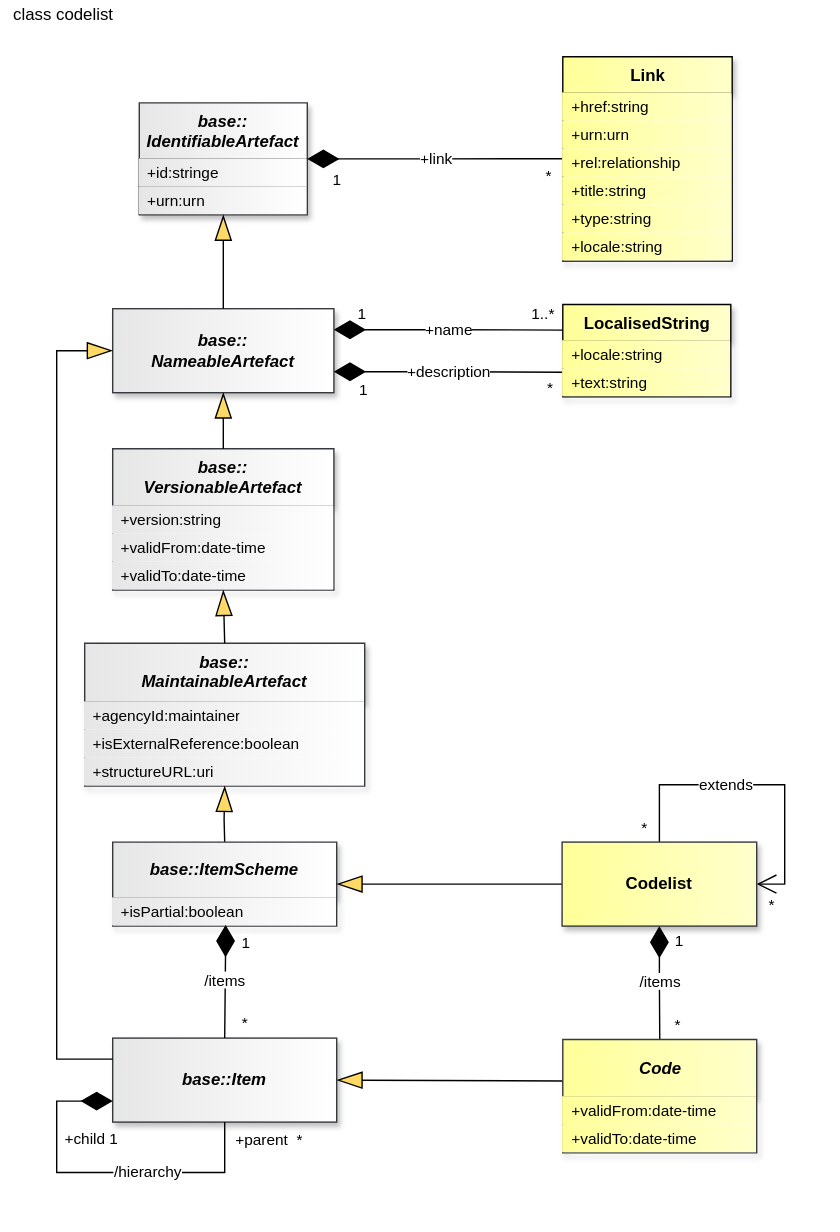
The draw.io diagram docs/information_model/media/sdmx_codelist-codelist.svg in sdmx-twg/sdmx-im, before a commit. Source tidied: cells renumbered, new cells last; positions are measured from the earlier drawing's top-left corner, leaving out a move shared by most shapes.
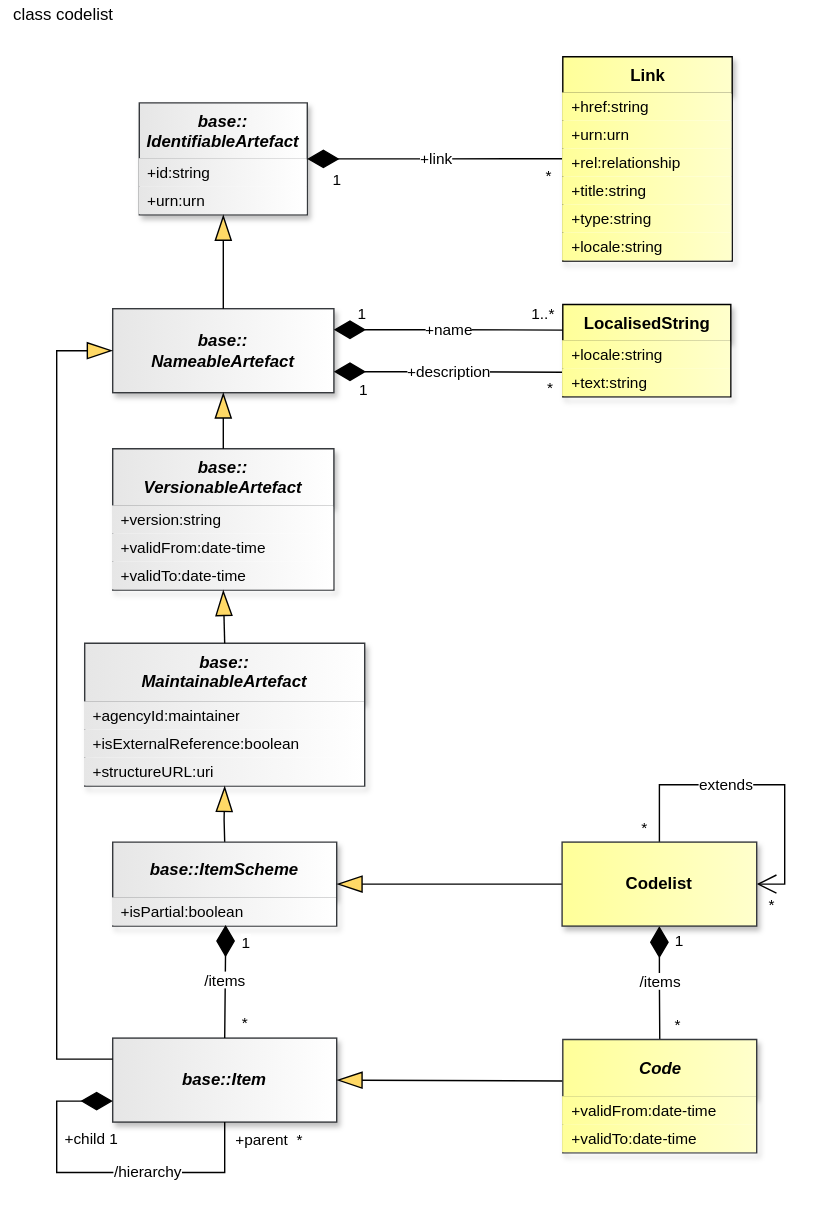
The same diagram one commit later.

Diff of the diagram source:
```diff
@@ -65,10 +65,10 @@
     <mxCell id="22" value="base::&lt;br&gt;IdentifiableArtefact" style="swimlane;fontStyle=3;align=center;verticalAlign=top;horizontal=1;startSize=40;whiteSpace=wrap;html=1;strokeColor=#36393d;fontFamily=Helvetica;fontSize=12;fillColor=light-dark(#E6E6E6,#E6E6E6);gradientDirection=east;gradientColor=light-dark(#FFFFFF,#FFFFFF);fontColor=light-dark(#000000,#000000);shadow=1;perimeterSpacing=0;strokeWidth=1;textShadow=0;groupPadding=0;swimlaneFillColor=default;" parent="1" vertex="1">
       <mxGeometry x="99" y="73" width="120" height="80" as="geometry" />
     </mxCell>
-    <mxCell id="23" value="+id:stringe" style="text;strokeColor=default;fillColor=light-dark(#E6E6E6,#E6E6E6);align=left;verticalAlign=middle;spacingLeft=4;spacingRight=4;overflow=hidden;whiteSpace=wrap;html=1;fontFamily=Helvetica;fontSize=11;fontColor=light-dark(#000000,#000000);fontStyle=0;gradientColor=light-dark(#FFFFFF,#FFFFFF);gradientDirection=east;strokeWidth=0;" parent="22" vertex="1">
+    <mxCell id="23" value="+id:string" style="text;strokeColor=none;fillColor=light-dark(#E6E6E6,#E6E6E6);align=left;verticalAlign=middle;spacingLeft=4;spacingRight=4;overflow=hidden;whiteSpace=wrap;html=1;fontFamily=Helvetica;fontSize=11;fontColor=light-dark(#000000,#000000);fontStyle=0;gradientColor=light-dark(#FFFFFF,#FFFFFF);gradientDirection=east;strokeWidth=0;" parent="22" vertex="1">
       <mxGeometry y="40" width="120" height="20" as="geometry" />
     </mxCell>
-    <mxCell id="24" value="+urn:urn" style="text;strokeColor=default;fillColor=light-dark(#E6E6E6,#E6E6E6);align=left;verticalAlign=middle;spacingLeft=4;spacingRight=4;overflow=hidden;whiteSpace=wrap;html=1;fontFamily=Helvetica;fontSize=11;fontColor=light-dark(#000000,#000000);fontStyle=0;gradientColor=light-dark(#FFFFFF,#FFFFFF);gradientDirection=east;strokeWidth=0;" parent="22" vertex="1">
+    <mxCell id="24" value="+urn:urn" style="text;strokeColor=none;fillColor=light-dark(#E6E6E6,#E6E6E6);align=left;verticalAlign=middle;spacingLeft=4;spacingRight=4;overflow=hidden;whiteSpace=wrap;html=1;fontFamily=Helvetica;fontSize=11;fontColor=light-dark(#000000,#000000);fontStyle=0;gradientColor=light-dark(#FFFFFF,#FFFFFF);gradientDirection=east;strokeWidth=0;shadow=0;" parent="22" vertex="1">
       <mxGeometry y="60" width="120" height="20" as="geometry" />
     </mxCell>
     <mxCell id="25" value="base::&lt;br&gt;NameableArtefact" style="whiteSpace=wrap;html=1;verticalAlign=middle;gradientDirection=east;imageVerticalAlign=top;fontStyle=3;fillColor=light-dark(#E6E6E6,#E6E6E6);strokeColor=#36393d;fontColor=light-dark(#000000,#000000);gradientColor=light-dark(#FFFFFF,#FFFFFF);shadow=1;" parent="1" vertex="1">
```
